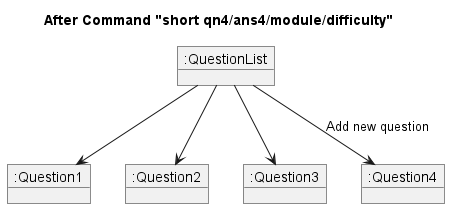
Before: docs/UML/Commands/commandAddState.png, a diagram exported from PlantUML (nus-cs2113-AY2324S1/tp).
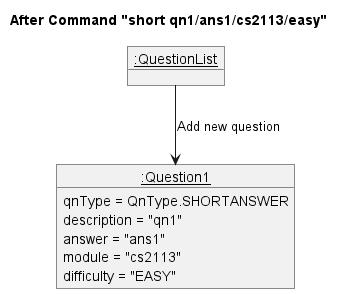
Later version of the same file.

What changed in the source:
```diff
@@ -1,18 +1,15 @@
 @startuml
-title After Command "short qn4/ans4/module/difficulty"
+title After Command "short qn1/ans1/cs2113/easy"
 
-object ":QuestionList" as QuestionList
+object "__:QuestionList__" as QuestionList
 
-object ":Question1" as Question1
+object "__:Question1__" as Question1 {
+    qnType = QnType.SHORTANSWER
+    description = "qn1"
+    answer = "ans1"
+    module = "cs2113"
+    difficulty = "EASY"
+}
 
-object ":Question2" as Question2
-
-object ":Question3" as Question3
-
-object ":Question4" as Question4
-
-QuestionList -->  Question1
-QuestionList --> Question2
-QuestionList --> Question3
-QuestionList --> Question4 : Add new question
+QuestionList --> Question1 : Add new question
 @enduml
```
